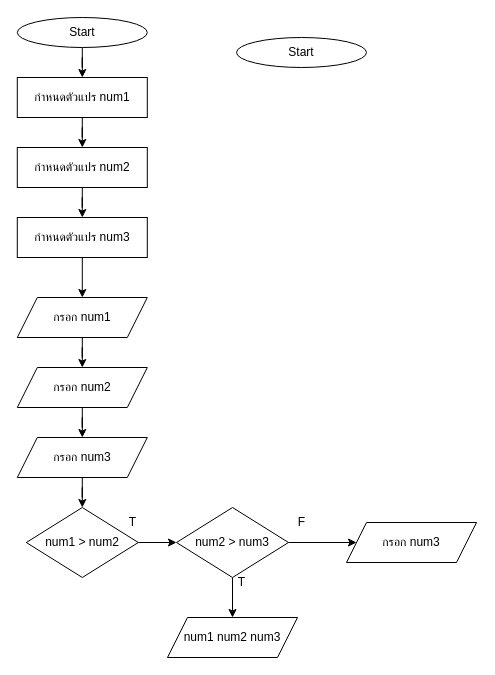
Before: HW/HW05/hw05-2/hw05-2.drawio in aphiwat-window/ENGCE117, a draw.io diagram. Source tidied: cells renumbered, new cells numbered last; positions are measured from the earlier drawing's top-left corner, leaving out a move shared by most shapes. Both pictures are drawn from the tidied source at 100%, with x=0, y=0 at pixel (17, 17).
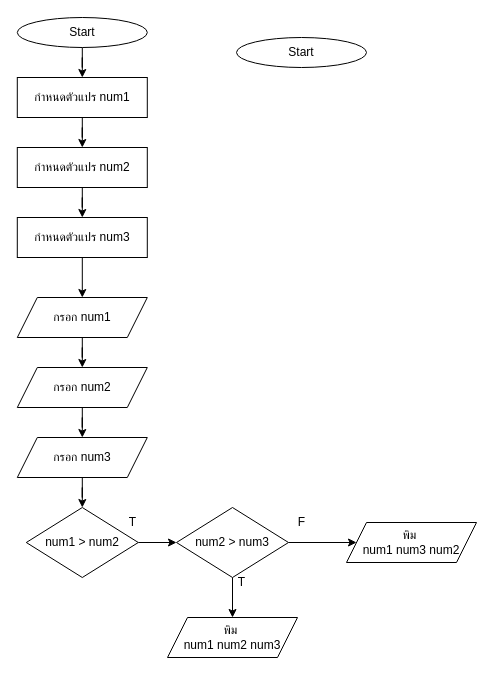
The same diagram, later.

Change to the diagram source:
```diff
@@
-    <mxCell id="22" value="num1 num2 num3" style="shape=parallelogram;perimeter=parallelogramPerimeter;whiteSpace=wrap;html=1;fixedSize=1;" parent="1" vertex="1">
+    <mxCell id="22" value="พิม&amp;nbsp;&lt;div&gt;num1 num2 num3&lt;/div&gt;" style="shape=parallelogram;perimeter=parallelogramPerimeter;whiteSpace=wrap;html=1;fixedSize=1;" parent="1" vertex="1">
       <mxGeometry x="150" y="600" width="130" height="40" as="geometry" />
     </mxCell>
@@
-    <mxCell id="24" value="กรอก num3" style="shape=parallelogram;perimeter=parallelogramPerimeter;whiteSpace=wrap;html=1;fixedSize=1;" parent="1" vertex="1">
+    <mxCell id="24" value="พิม&amp;nbsp;&lt;div&gt;num1 num3 num2&lt;/div&gt;" style="shape=parallelogram;perimeter=parallelogramPerimeter;whiteSpace=wrap;html=1;fixedSize=1;" parent="1" vertex="1">
       <mxGeometry x="329" y="505" width="130" height="40" as="geometry" />
     </mxCell>
```
